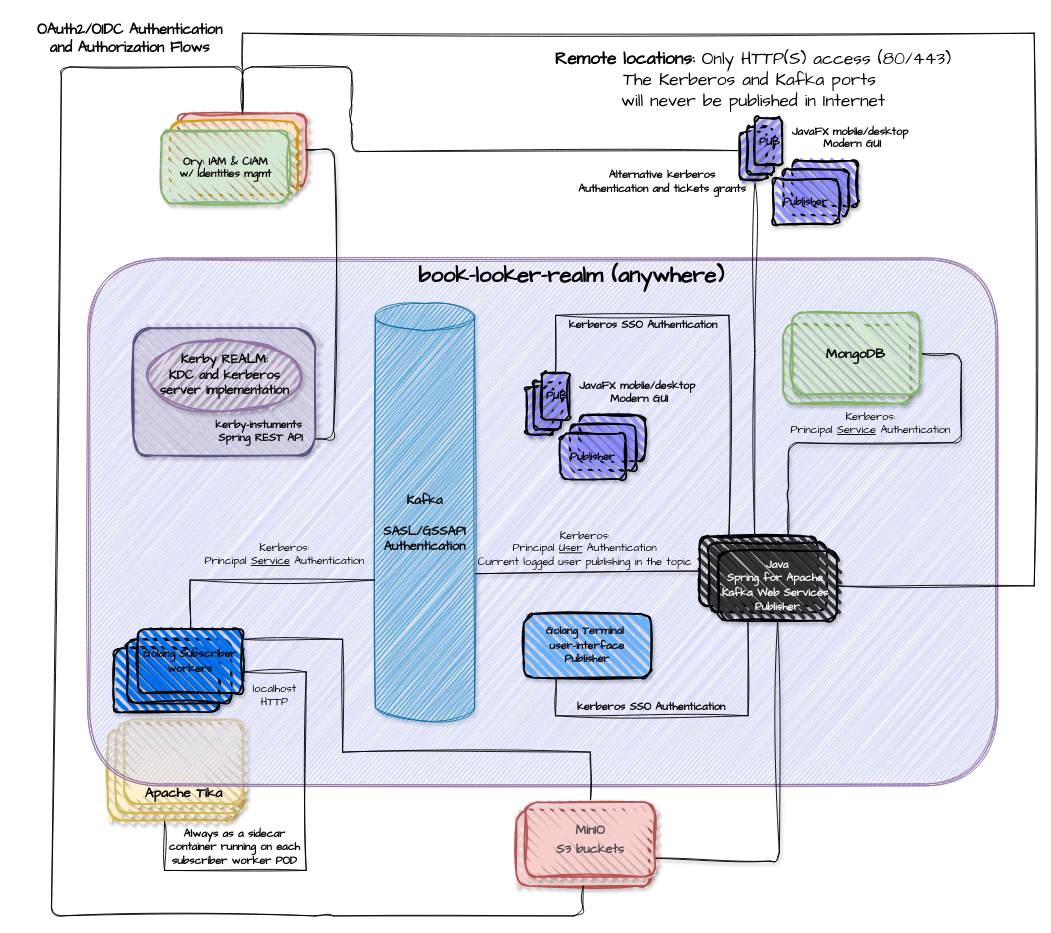
The draw.io diagram docs/book-looker-realm.drawio in mesbrj/book-looker-realm, before the edit. Source tidied: cells renumbered, new cells numbered last; positions are measured from the earlier drawing's top-left corner, leaving out a move shared by most shapes. Both pictures are drawn from the tidied source at 91%, with x=0, y=0 at pixel (15, 15).
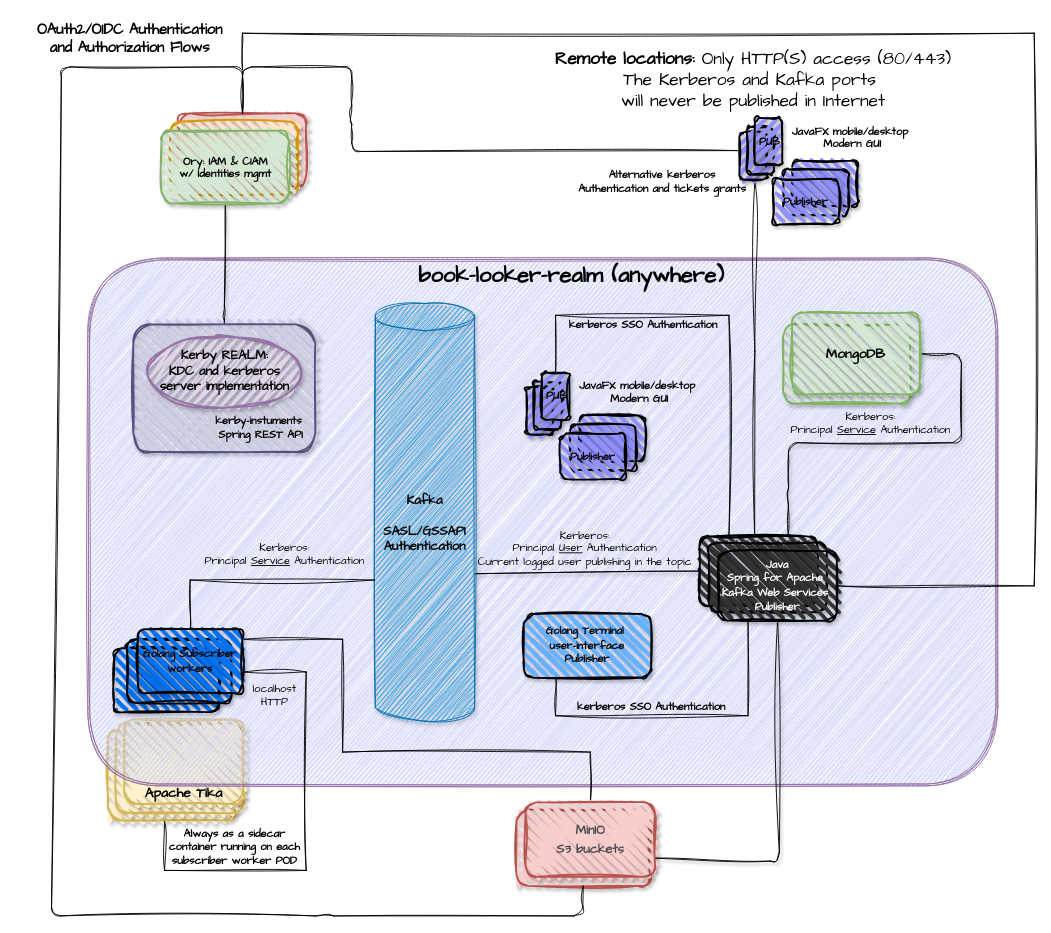
The same diagram, later.

The change refers to these unchanged cells:
```xml
<mxCell id="6" style="rounded=1;whiteSpace=wrap;html=1;strokeWidth=2;fillWeight=4;hachureGap=8;hachureAngle=45;fillColor=#f8cecc;strokeColor=#b85450;shadow=1;fillStyle=zigzag;sketch=1;curveFitting=1;jiggle=2;" parent="1" vertex="1">
  <mxGeometry x="179" y="107" width="140" height="80" as="geometry" />
</mxCell>
<mxCell id="22" style="rounded=1;whiteSpace=wrap;html=1;strokeWidth=2;fillWeight=4;hachureGap=8;hachureAngle=45;fillColor=#d5e8d4;strokeColor=#82b366;glass=0;shadow=1;fillStyle=zigzag;sketch=1;curveFitting=1;jiggle=2;" parent="1" vertex="1">
  <mxGeometry x="160" y="126" width="140" height="80" as="geometry" />
</mxCell>
```

The edit, as a diff of the source:
```diff
@@
-    <mxCell id="21" style="edgeStyle=none;html=1;endArrow=none;endFill=0;shadow=1;sketch=1;curveFitting=1;jiggle=2;exitX=1;exitY=0.5;exitDx=0;exitDy=0;entryX=1;entryY=0.871;entryDx=0;entryDy=0;entryPerimeter=0;" parent="1" edge="1" source="6" target="41">
+    <mxCell id="21" style="edgeStyle=none;html=1;endArrow=none;endFill=0;shadow=1;sketch=1;curveFitting=1;jiggle=2;exitX=0.5;exitY=1;exitDx=0;exitDy=0;entryX=0.5;entryY=0;entryDx=0;entryDy=0;" parent="1" edge="1" source="22" target="41">
       <mxGeometry relative="1" as="geometry">
         <Array as="points">
-          <mxPoint x="350" y="146" />
-          <mxPoint x="349" y="465" />
+          <mxPoint x="229" y="329" />
         </Array>
       </mxGeometry>
     </mxCell>
@@
     <mxCell id="41" style="rounded=1;whiteSpace=wrap;html=1;strokeWidth=2;fillWeight=4;hachureGap=8;hachureAngle=45;fillColor=#d0cee2;shadow=1;sketch=1;curveFitting=1;jiggle=2;fontStyle=1;strokeColor=#56517e;" parent="1" vertex="1">
-      <mxGeometry x="129" y="343" width="200" height="140" as="geometry" />
+      <mxGeometry x="129" y="339" width="200" height="140" as="geometry" />
     </mxCell>
     <mxCell id="42" value="&lt;span style=&quot;font-size: 14px;&quot;&gt;&lt;span&gt;Kerby REALM:&lt;/span&gt;&lt;/span&gt;&lt;div&gt;&lt;span style=&quot;font-size: 14px;&quot;&gt;KDC and kerberos server implementation&lt;/span&gt;&lt;/div&gt;" style="ellipse;whiteSpace=wrap;html=1;strokeWidth=2;fillWeight=2;hachureGap=8;fillColor=#e1d5e7;fillStyle=zigzag;fontFamily=Architects Daughter;strokeColor=#9673a6;shadow=1;sketch=1;curveFitting=1;jiggle=2;fontStyle=1;" parent="1" vertex="1">
-      <mxGeometry x="145.5" y="355" width="167" height="80" as="geometry" />
+      <mxGeometry x="145.5" y="351" width="167" height="80" as="geometry" />
     </mxCell>
     <mxCell id="43" value="kerby-instuments&amp;nbsp;&lt;div&gt;Spring REST API&lt;/div&gt;" style="text;html=1;align=center;verticalAlign=middle;strokeColor=none;fillColor=none;fontFamily=Comic Sans MS;fontStyle=1;" parent="1" vertex="1">
-      <mxGeometry x="204" y="436.5" width="130" height="40" as="geometry" />
+      <mxGeometry x="204" y="432.5" width="130" height="40" as="geometry" />
     </mxCell>
```
